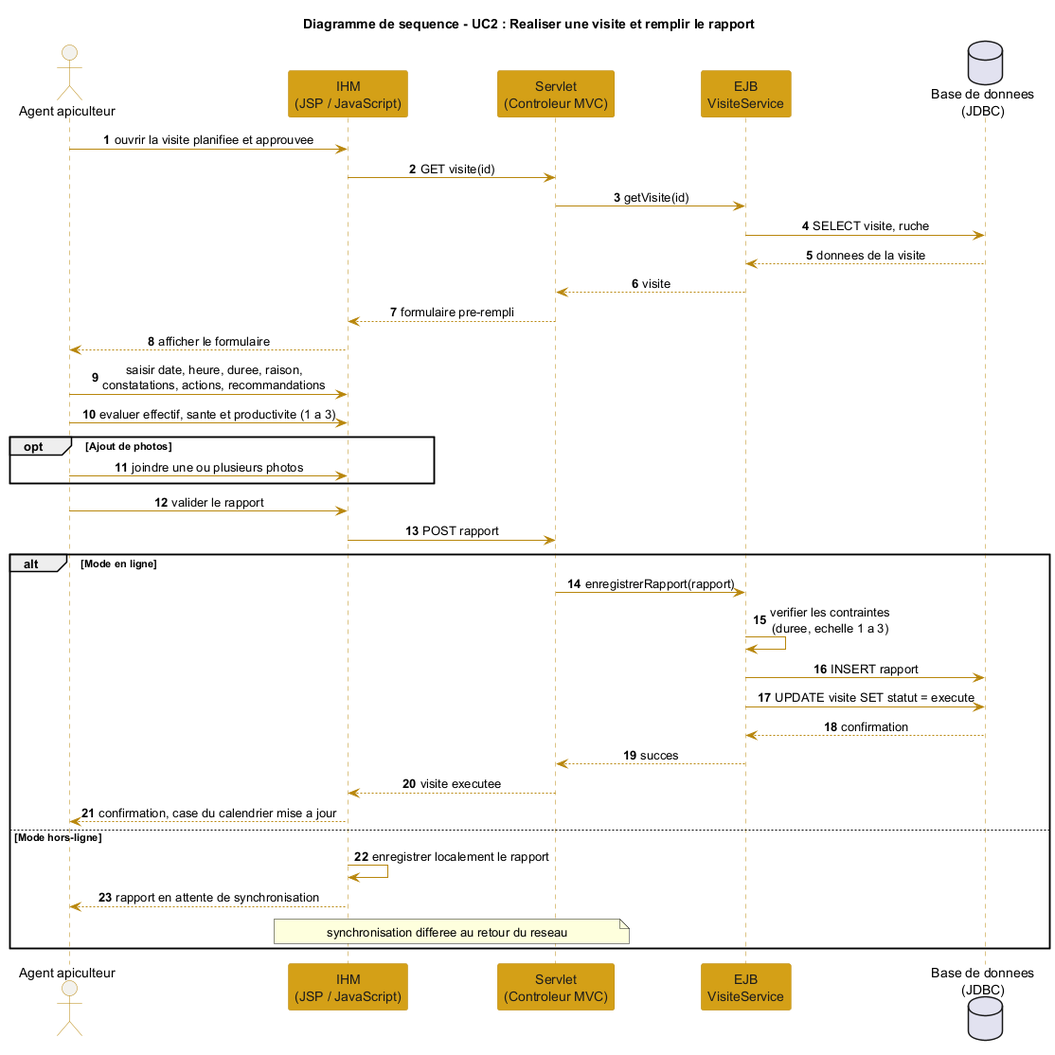
Above: cahier de charge/fr/chapitres/07-conception/images/diagramme_sequence_uc2.png in iyednefzi99/Z-mm (PlantUML), before the change.
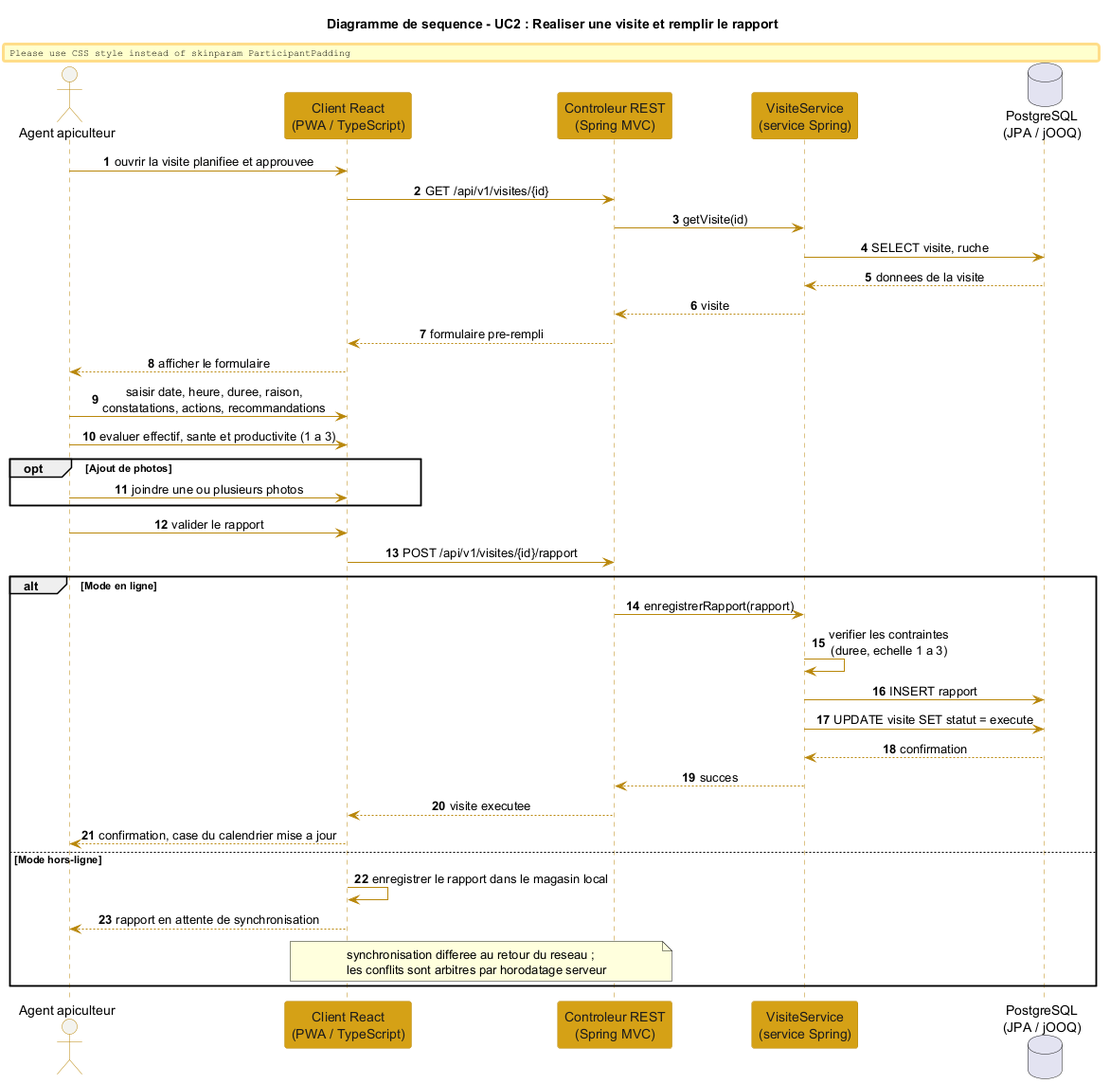
The same diagram one commit later.

The edit, as a diff of the source:
```diff
@@ -16,20 +16,20 @@
 title Diagramme de sequence - UC2 : Realiser une visite et remplir le rapport
 
 actor "Agent apiculteur" as Agent
-participant "IHM\n(JSP / JavaScript)" as IHM
-participant "Servlet\n(Controleur MVC)" as Servlet
-participant "EJB\nVisiteService" as EJB
-database "Base de donnees\n(JDBC)" as BD
+participant "Client React\n(PWA / TypeScript)" as IHM
+participant "Controleur REST\n(Spring MVC)" as Ctrl
+participant "VisiteService\n(service Spring)" as Svc
+database "PostgreSQL\n(JPA / jOOQ)" as BD
 
 autonumber
 
 Agent -> IHM : ouvrir la visite planifiee et approuvee
-IHM -> Servlet : GET visite(id)
-Servlet -> EJB : getVisite(id)
-EJB -> BD : SELECT visite, ruche
-BD --> EJB : donnees de la visite
-EJB --> Servlet : visite
-Servlet --> IHM : formulaire pre-rempli
+IHM -> Ctrl : GET /api/v1/visites/{id}
+Ctrl -> Svc : getVisite(id)
+Svc -> BD : SELECT visite, ruche
+BD --> Svc : donnees de la visite
+Svc --> Ctrl : visite
+Ctrl --> IHM : formulaire pre-rempli
 IHM --> Agent : afficher le formulaire
 
 Agent -> IHM : saisir date, heure, duree, raison,\nconstatations, actions, recommandations
@@ -40,21 +40,21 @@
 end
 
 Agent -> IHM : valider le rapport
-IHM -> Servlet : POST rapport
+IHM -> Ctrl : POST /api/v1/visites/{id}/rapport
 
 alt Mode en ligne
-  Servlet -> EJB : enregistrerRapport(rapport)
-  EJB -> EJB : verifier les contraintes\n(duree, echelle 1 a 3)
-  EJB -> BD : INSERT rapport
-  EJB -> BD : UPDATE visite SET statut = execute
-  BD --> EJB : confirmation
-  EJB --> Servlet : succes
-  Servlet --> IHM : visite executee
+  Ctrl -> Svc : enregistrerRapport(rapport)
+  Svc -> Svc : verifier les contraintes\n(duree, echelle 1 a 3)
+  Svc -> BD : INSERT rapport
+  Svc -> BD : UPDATE visite SET statut = execute
+  BD --> Svc : confirmation
+  Svc --> Ctrl : succes
+  Ctrl --> IHM : visite executee
   IHM --> Agent : confirmation, case du calendrier mise a jour
 else Mode hors-ligne
-  IHM -> IHM : enregistrer localement le rapport
+  IHM -> IHM : enregistrer le rapport dans le magasin local
   IHM --> Agent : rapport en attente de synchronisation
-  note over IHM, Servlet : synchronisation differee au retour du reseau
+  note over IHM, Ctrl : synchronisation differee au retour du reseau ;\nles conflits sont arbitres par horodatage serveur
 end
 
 @enduml
```
